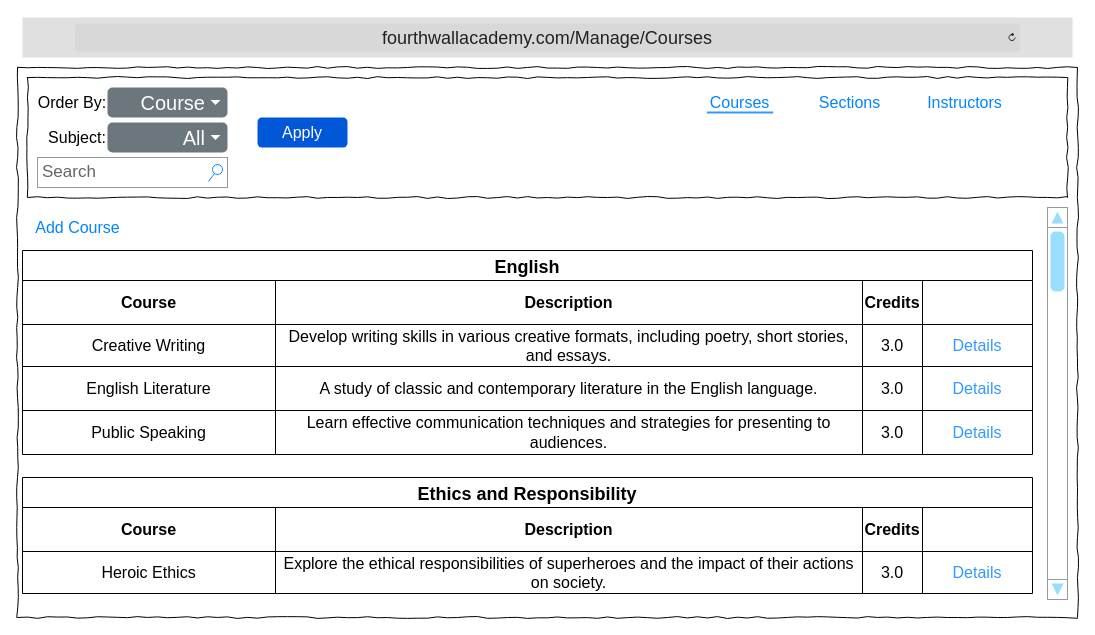
This is DesignDocument/Wireframes/4hWallAcademy_Courses.drawio from TRed91/4thWallAcademy, a draw.io file, before an edit. Source tidied: cells renumbered, new cells numbered last; positions are measured from the earlier drawing's top-left corner, leaving out a move shared by most shapes. Both pictures are drawn from the tidied source at 100%, with x=0, y=0 at pixel (17, 17).
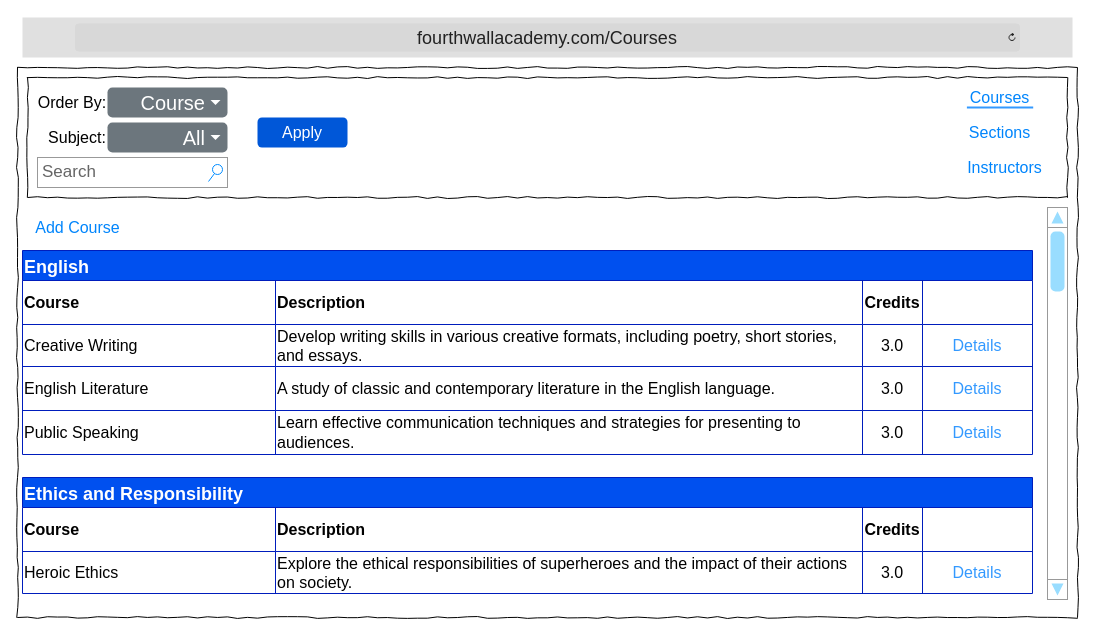
The same diagram, later.

Unchanged cells that the change refers to:
```xml
<mxCell id="20" style="shape=tableRow;horizontal=0;startSize=0;swimlaneHead=0;swimlaneBody=0;strokeColor=inherit;top=0;left=0;bottom=0;right=0;fillColor=none;fontSize=16;" parent="14" vertex="1">
  <mxGeometry y="74" width="1010" height="42" as="geometry" />
</mxCell>
<mxCell id="25" style="shape=tableRow;horizontal=0;startSize=0;swimlaneHead=0;swimlaneBody=0;strokeColor=inherit;top=0;left=0;bottom=0;right=0;fillColor=none;fontSize=16;" parent="14" vertex="1">
  <mxGeometry y="116" width="1010" height="44" as="geometry" />
</mxCell>
<mxCell id="30" style="shape=tableRow;horizontal=0;startSize=0;swimlaneHead=0;swimlaneBody=0;strokeColor=inherit;top=0;left=0;bottom=0;right=0;fillColor=none;fontSize=16;" parent="14" vertex="1">
  <mxGeometry y="160" width="1010" height="44" as="geometry" />
</mxCell>
<mxCell id="36" style="shape=tableRow;horizontal=0;startSize=0;swimlaneHead=0;swimlaneBody=0;strokeColor=inherit;top=0;left=0;bottom=0;right=0;fillColor=none;fontSize=16;" parent="35" vertex="1">
  <mxGeometry y="30" width="1010" height="44" as="geometry" />
</mxCell>
<mxCell id="41" style="shape=tableRow;horizontal=0;startSize=0;swimlaneHead=0;swimlaneBody=0;strokeColor=inherit;top=0;left=0;bottom=0;right=0;fillColor=none;fontSize=16;" parent="35" vertex="1">
  <mxGeometry y="74" width="1010" height="42" as="geometry" />
</mxCell>
```

The edit, as a diff of the source:
```diff
@@
-    <mxCell id="8" value="&lt;font style=&quot;font-size: 18px;&quot;&gt;fourthwallacademy.com/Manage/Courses&lt;/font&gt;" style="html=1;strokeWidth=1;shadow=0;dashed=0;shape=mxgraph.ios7ui.url;fillColor=#e0e0e0;strokeColor=#c0c0c0;buttonText=;strokeColor2=#222222;fontColor=#222222;fontSize=8;spacingTop=2;align=center;whiteSpace=wrap;" parent="1" vertex="1">
+    <mxCell id="8" value="&lt;font style=&quot;font-size: 18px;&quot;&gt;fourthwallacademy.com/Courses&lt;/font&gt;" style="html=1;strokeWidth=1;shadow=0;dashed=0;shape=mxgraph.ios7ui.url;fillColor=#e0e0e0;strokeColor=#c0c0c0;buttonText=;strokeColor2=#222222;fontColor=#222222;fontSize=8;spacingTop=2;align=center;whiteSpace=wrap;" parent="1" vertex="1">
       <mxGeometry x="5" width="1050" height="40" as="geometry" />
     </mxCell>
     <mxCell id="9" value="Courses" style="html=1;shadow=0;dashed=0;shape=mxgraph.bootstrap.rrect;rSize=5;strokeColor=none;strokeWidth=1;fillColor=none;fontColor=#0085FC;whiteSpace=wrap;align=center;verticalAlign=middle;spacingLeft=0;fontStyle=0;fontSize=16;spacing=5;" parent="1" vertex="1">
-      <mxGeometry x="675" y="65" width="95" height="40" as="geometry" />
+      <mxGeometry x="935" y="60" width="95" height="40" as="geometry" />
     </mxCell>
     <mxCell id="10" value="Sections" style="html=1;shadow=0;dashed=0;shape=mxgraph.bootstrap.rrect;rSize=5;strokeColor=none;strokeWidth=1;fillColor=none;fontColor=#0085FC;whiteSpace=wrap;align=center;verticalAlign=middle;spacingLeft=0;fontStyle=0;fontSize=16;spacing=5;" parent="1" vertex="1">
-      <mxGeometry x="785" y="65" width="95" height="40" as="geometry" />
+      <mxGeometry x="935" y="95" width="95" height="40" as="geometry" />
     </mxCell>
     <mxCell id="11" value="Instructors" style="html=1;shadow=0;dashed=0;shape=mxgraph.bootstrap.rrect;rSize=5;strokeColor=none;strokeWidth=1;fillColor=none;fontColor=#0085FC;whiteSpace=wrap;align=center;verticalAlign=middle;spacingLeft=0;fontStyle=0;fontSize=16;spacing=5;" parent="1" vertex="1">
-      <mxGeometry x="900" y="65" width="95" height="40" as="geometry" />
+      <mxGeometry x="940" y="130" width="95" height="40" as="geometry" />
     </mxCell>
     <mxCell id="12" style="line;strokeWidth=2;html=1;strokeColor=#3399FF;" parent="1" vertex="1">
-      <mxGeometry x="689.4" y="90" width="66.3" height="10" as="geometry" />
+      <mxGeometry x="949.4" y="85" width="66.3" height="10" as="geometry" />
     </mxCell>
@@
-    <mxCell id="14" value="English" style="shape=table;startSize=30;childLayout=tableLayout;strokeColor=default;fontSize=18;fontStyle=1;" parent="1" vertex="1">
+    <mxCell id="14" value="English" style="shape=table;startSize=30;childLayout=tableLayout;strokeColor=#001DBC;fontSize=18;fontStyle=1;fillColor=#0050ef;fontColor=#ffffff;align=left;" parent="1" vertex="1">
       <mxGeometry x="5" y="233" width="1010" height="204" as="geometry" />
     </mxCell>
-    <mxCell id="15" style="shape=tableRow;horizontal=0;startSize=0;swimlaneHead=0;swimlaneBody=0;strokeColor=inherit;top=0;left=0;bottom=0;right=0;fillColor=none;fontSize=16;" parent="14" vertex="1">
+    <mxCell id="15" style="shape=tableRow;horizontal=0;startSize=0;swimlaneHead=0;swimlaneBody=0;strokeColor=inherit;top=0;left=0;bottom=0;right=0;fillColor=none;fontSize=16;align=left;" parent="14" vertex="1">
       <mxGeometry y="30" width="1010" height="44" as="geometry" />
     </mxCell>
-    <mxCell id="16" value="&lt;b&gt;Course&lt;/b&gt;" style="shape=partialRectangle;html=1;whiteSpace=wrap;strokeColor=inherit;overflow=hidden;fillColor=none;top=0;left=0;bottom=0;right=0;fontSize=16;" parent="15" vertex="1">
+    <mxCell id="16" value="&lt;b&gt;Course&lt;/b&gt;" style="shape=partialRectangle;html=1;whiteSpace=wrap;strokeColor=inherit;overflow=hidden;fillColor=none;top=0;left=0;bottom=0;right=0;fontSize=16;align=left;" parent="15" vertex="1">
       <mxGeometry width="253" height="44" as="geometry" />
     </mxCell>
-    <mxCell id="17" value="&lt;b&gt;Description&lt;/b&gt;" style="shape=partialRectangle;html=1;whiteSpace=wrap;strokeColor=inherit;overflow=hidden;fillColor=none;top=0;left=0;bottom=0;right=0;fontSize=16;" parent="15" vertex="1">
+    <mxCell id="17" value="&lt;b&gt;Description&lt;/b&gt;" style="shape=partialRectangle;html=1;whiteSpace=wrap;strokeColor=inherit;overflow=hidden;fillColor=none;top=0;left=0;bottom=0;right=0;fontSize=16;align=left;" parent="15" vertex="1">
       <mxGeometry x="253" width="587" height="44" as="geometry" />
     </mxCell>
@@
-    <mxCell id="21" value="Creative Writing" style="shape=partialRectangle;html=1;whiteSpace=wrap;strokeColor=inherit;overflow=hidden;fillColor=none;top=0;left=0;bottom=0;right=0;fontSize=16;" parent="20" vertex="1">
+    <mxCell id="21" value="Creative Writing" style="shape=partialRectangle;html=1;whiteSpace=wrap;strokeColor=inherit;overflow=hidden;fillColor=none;top=0;left=0;bottom=0;right=0;fontSize=16;align=left;" parent="20" vertex="1">
       <mxGeometry width="253" height="42" as="geometry" />
     </mxCell>
-    <mxCell id="22" value="Develop writing skills in various creative formats, including poetry, short stories, and essays." style="shape=partialRectangle;html=1;whiteSpace=wrap;strokeColor=inherit;overflow=hidden;fillColor=none;top=0;left=0;bottom=0;right=0;fontSize=16;" parent="20" vertex="1">
+    <mxCell id="22" value="Develop writing skills in various creative formats, including poetry, short stories, and essays." style="shape=partialRectangle;html=1;whiteSpace=wrap;strokeColor=inherit;overflow=hidden;fillColor=none;top=0;left=0;bottom=0;right=0;fontSize=16;align=left;" parent="20" vertex="1">
       <mxGeometry x="253" width="587" height="42" as="geometry" />
     </mxCell>
@@
-    <mxCell id="26" value="English Literature" style="shape=partialRectangle;html=1;whiteSpace=wrap;strokeColor=inherit;overflow=hidden;fillColor=none;top=0;left=0;bottom=0;right=0;fontSize=16;" parent="25" vertex="1">
+    <mxCell id="26" value="English Literature" style="shape=partialRectangle;html=1;whiteSpace=wrap;strokeColor=inherit;overflow=hidden;fillColor=none;top=0;left=0;bottom=0;right=0;fontSize=16;align=left;" parent="25" vertex="1">
       <mxGeometry width="253" height="44" as="geometry" />
     </mxCell>
-    <mxCell id="27" value="A study of classic and contemporary literature in the English language." style="shape=partialRectangle;html=1;whiteSpace=wrap;strokeColor=inherit;overflow=hidden;fillColor=none;top=0;left=0;bottom=0;right=0;fontSize=16;" parent="25" vertex="1">
+    <mxCell id="27" value="A study of classic and contemporary literature in the English language." style="shape=partialRectangle;html=1;whiteSpace=wrap;strokeColor=inherit;overflow=hidden;fillColor=none;top=0;left=0;bottom=0;right=0;fontSize=16;align=left;" parent="25" vertex="1">
       <mxGeometry x="253" width="587" height="44" as="geometry" />
     </mxCell>
@@
-    <mxCell id="31" value="Public Speaking" style="shape=partialRectangle;html=1;whiteSpace=wrap;strokeColor=inherit;overflow=hidden;fillColor=none;top=0;left=0;bottom=0;right=0;fontSize=16;" parent="30" vertex="1">
+    <mxCell id="31" value="Public Speaking" style="shape=partialRectangle;html=1;whiteSpace=wrap;strokeColor=inherit;overflow=hidden;fillColor=none;top=0;left=0;bottom=0;right=0;fontSize=16;align=left;" parent="30" vertex="1">
       <mxGeometry width="253" height="44" as="geometry" />
     </mxCell>
-    <mxCell id="32" value="Learn effective communication techniques and strategies for presenting to audiences." style="shape=partialRectangle;html=1;whiteSpace=wrap;strokeColor=inherit;overflow=hidden;fillColor=none;top=0;left=0;bottom=0;right=0;fontSize=16;" parent="30" vertex="1">
+    <mxCell id="32" value="Learn effective communication techniques and strategies for presenting to audiences." style="shape=partialRectangle;html=1;whiteSpace=wrap;strokeColor=inherit;overflow=hidden;fillColor=none;top=0;left=0;bottom=0;right=0;fontSize=16;align=left;" parent="30" vertex="1">
       <mxGeometry x="253" width="587" height="44" as="geometry" />
     </mxCell>
@@
-    <mxCell id="35" value="Ethics and Responsibility" style="shape=table;startSize=30;childLayout=tableLayout;strokeColor=default;fontSize=18;fontStyle=1;" parent="1" vertex="1">
+    <mxCell id="35" value="Ethics and Responsibility" style="shape=table;startSize=30;childLayout=tableLayout;strokeColor=#001DBC;fontSize=18;fontStyle=1;fillColor=#0050ef;fontColor=#ffffff;align=left;" parent="1" vertex="1">
       <mxGeometry x="5" y="460" width="1010" height="116" as="geometry" />
     </mxCell>
@@
-    <mxCell id="37" value="&lt;b&gt;Course&lt;/b&gt;" style="shape=partialRectangle;html=1;whiteSpace=wrap;strokeColor=inherit;overflow=hidden;fillColor=none;top=0;left=0;bottom=0;right=0;fontSize=16;" parent="36" vertex="1">
+    <mxCell id="37" value="&lt;b&gt;Course&lt;/b&gt;" style="shape=partialRectangle;html=1;whiteSpace=wrap;strokeColor=inherit;overflow=hidden;fillColor=none;top=0;left=0;bottom=0;right=0;fontSize=16;align=left;" parent="36" vertex="1">
       <mxGeometry width="253" height="44" as="geometry" />
     </mxCell>
-    <mxCell id="38" value="&lt;b&gt;Description&lt;/b&gt;" style="shape=partialRectangle;html=1;whiteSpace=wrap;strokeColor=inherit;overflow=hidden;fillColor=none;top=0;left=0;bottom=0;right=0;fontSize=16;" parent="36" vertex="1">
+    <mxCell id="38" value="&lt;b&gt;Description&lt;/b&gt;" style="shape=partialRectangle;html=1;whiteSpace=wrap;strokeColor=inherit;overflow=hidden;fillColor=none;top=0;left=0;bottom=0;right=0;fontSize=16;align=left;" parent="36" vertex="1">
       <mxGeometry x="253" width="587" height="44" as="geometry" />
     </mxCell>
@@
-    <mxCell id="42" value="Heroic Ethics" style="shape=partialRectangle;html=1;whiteSpace=wrap;strokeColor=inherit;overflow=hidden;fillColor=none;top=0;left=0;bottom=0;right=0;fontSize=16;" parent="41" vertex="1">
+    <mxCell id="42" value="Heroic Ethics" style="shape=partialRectangle;html=1;whiteSpace=wrap;strokeColor=inherit;overflow=hidden;fillColor=none;top=0;left=0;bottom=0;right=0;fontSize=16;align=left;" parent="41" vertex="1">
       <mxGeometry width="253" height="42" as="geometry" />
     </mxCell>
-    <mxCell id="43" value="Explore the ethical responsibilities of superheroes and the impact of their actions on society." style="shape=partialRectangle;html=1;whiteSpace=wrap;strokeColor=inherit;overflow=hidden;fillColor=none;top=0;left=0;bottom=0;right=0;fontSize=16;" parent="41" vertex="1">
+    <mxCell id="43" value="Explore the ethical responsibilities of superheroes and the impact of their actions on society." style="shape=partialRectangle;html=1;whiteSpace=wrap;strokeColor=inherit;overflow=hidden;fillColor=none;top=0;left=0;bottom=0;right=0;fontSize=16;align=left;" parent="41" vertex="1">
       <mxGeometry x="253" width="587" height="42" as="geometry" />
     </mxCell>
```
